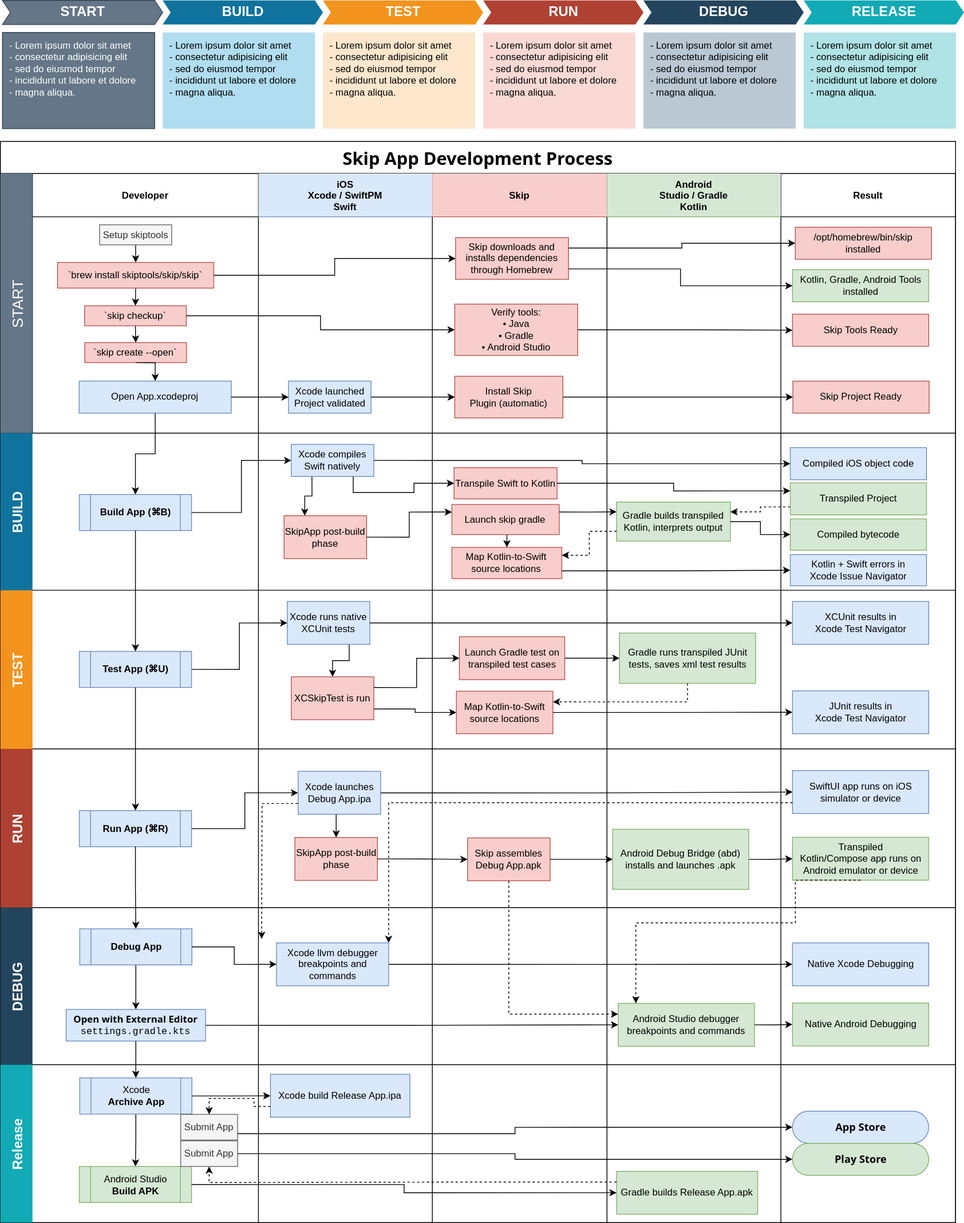
The draw.io diagram skip_dev_process.drawio.svg in skiptools/assets.skip.tools, before a commit. Source tidied: cells renumbered, new cells last; positions are measured from the earlier drawing's top-left corner, leaving out a move shared by most shapes.
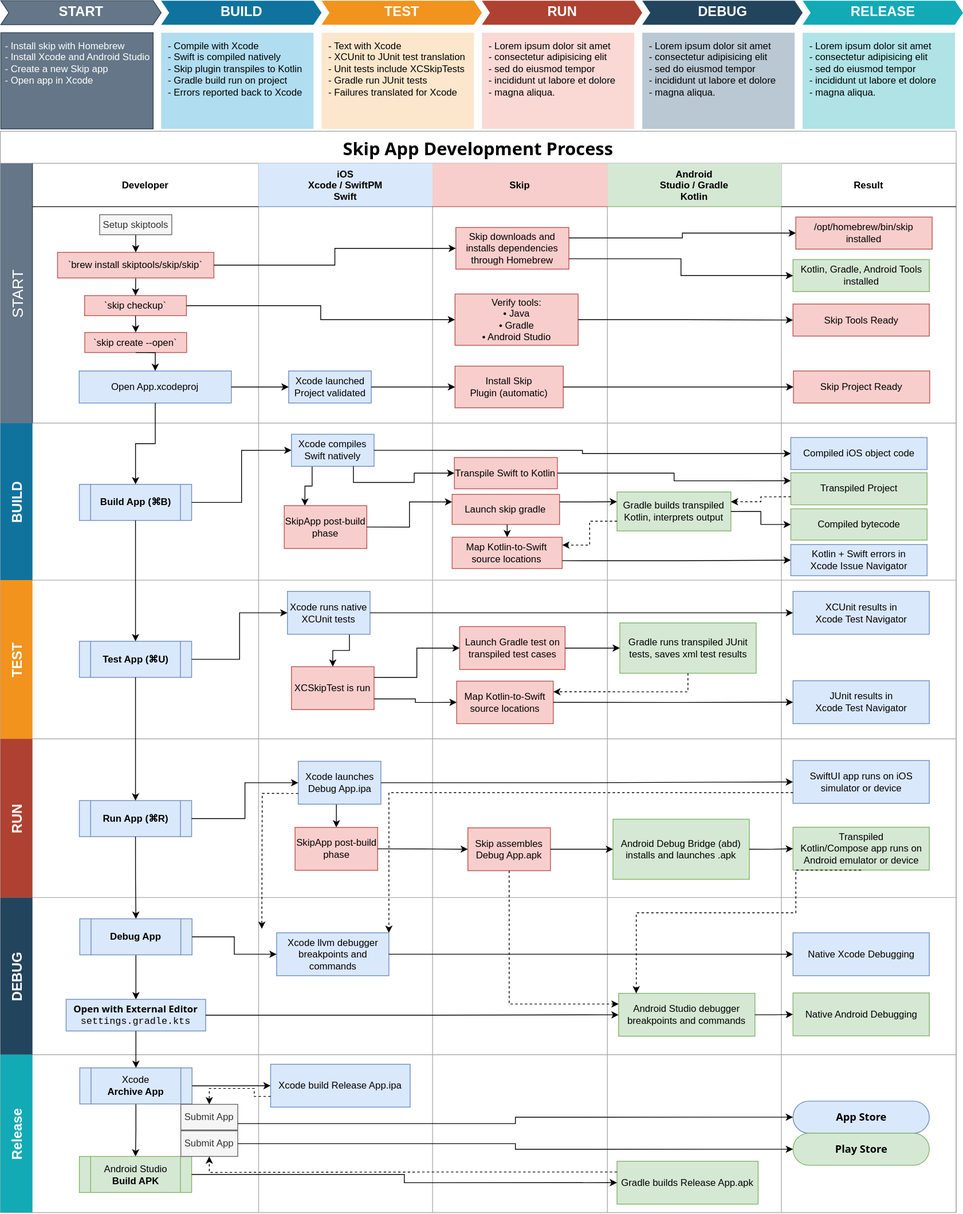
The same diagram one commit later.

What changed in the source:
```diff
@@ -2,8 +2,8 @@
   <root>
     <mxCell id="0" />
     <mxCell id="1" parent="0" />
-    <mxCell id="2" value="Skip App Development Process" style="shape=table;startSize=40;fontStyle=1;swimlaneFillColor=none;fillColor=none;fontFamily=system-ui,Helvetica,san-serif;fontSize=22;" parent="1" vertex="1">
-      <mxGeometry y="176" width="1192" height="1349" as="geometry" />
+    <mxCell id="2" value="Skip App Development Process" style="shape=table;startSize=40;fontStyle=1;swimlaneFillColor=none;fillColor=none;fontFamily=system-ui,Helvetica,san-serif;fontSize=22;strokeColor=#ADADAD;" parent="1" vertex="1">
+      <mxGeometry x="2" y="163" width="1192" height="1349" as="geometry" />
     </mxCell>
     <mxCell id="3" value="START" style="shape=tableRow;horizontal=0;swimlaneHead=0;swimlaneBody=0;top=0;left=0;bottom=0;right=0;fillColor=#647687;startSize=40;fontStyle=0;fontSize=19;fontFamily=Helvetica;fontColor=#ffffff;strokeColor=#314354;" parent="2" vertex="1">
       <mxGeometry y="40" width="1192" height="324" as="geometry" />
@@ -498,10 +498,10 @@
     <mxCell id="164" value="RELEASE" style="shape=step;perimeter=stepPerimeter;whiteSpace=wrap;html=1;fixedSize=1;size=10;fillColor=#12AAB5;strokeColor=none;fontSize=17;fontColor=#FFFFFF;fontStyle=1;align=center;rounded=0;" parent="1" vertex="1">
       <mxGeometry x="1002.5" width="200" height="30" as="geometry" />
     </mxCell>
-    <mxCell id="165" value="&amp;nbsp;- Lorem ipsum dolor sit amet&lt;br&gt;&amp;nbsp;- consectetur adipisicing elit&lt;br&gt;&amp;nbsp;- sed do eiusmod tempor&lt;br&gt;&amp;nbsp;- incididunt ut labore et dolore&lt;br&gt;&amp;nbsp;- magna aliqua." style="shape=rect;fillColor=#B1DDF0;strokeColor=none;fontSize=12;html=1;whiteSpace=wrap;align=left;verticalAlign=top;spacing=5;rounded=0;" parent="1" vertex="1">
+    <mxCell id="165" value="&amp;nbsp;- Compile with Xcode&lt;br&gt;&amp;nbsp;- Swift is compiled natively&lt;br&gt;&amp;nbsp;- Skip plugin transpiles to Kotlin&lt;br&gt;&amp;nbsp;- Gradle build run on project&lt;br&gt;&amp;nbsp;- Errors reported back to Xcode" style="shape=rect;fillColor=#B1DDF0;strokeColor=none;fontSize=12;html=1;whiteSpace=wrap;align=left;verticalAlign=top;spacing=5;rounded=0;" parent="1" vertex="1">
       <mxGeometry x="202.5" y="40" width="190" height="120" as="geometry" />
     </mxCell>
-    <mxCell id="166" value="&amp;nbsp;- Lorem ipsum dolor sit amet&lt;br&gt;&amp;nbsp;- consectetur adipisicing elit&lt;br&gt;&amp;nbsp;- sed do eiusmod tempor&lt;br&gt;&amp;nbsp;- incididunt ut labore et dolore&lt;br&gt;&amp;nbsp;- magna aliqua." style="shape=rect;fillColor=#FCE7CD;strokeColor=none;fontSize=12;html=1;whiteSpace=wrap;align=left;verticalAlign=top;spacing=5;rounded=0;" parent="1" vertex="1">
+    <mxCell id="166" value="&amp;nbsp;- Text with Xcode&lt;br&gt;&amp;nbsp;-&amp;nbsp;XCUnit to JUnit test translation&lt;br&gt;&amp;nbsp;- Unit tests include XCSkipTests&lt;br&gt;&amp;nbsp;- Gradle run JUnit tests&lt;br&gt;&amp;nbsp;- Failures translated for Xcode" style="shape=rect;fillColor=#FCE7CD;strokeColor=none;fontSize=12;html=1;whiteSpace=wrap;align=left;verticalAlign=top;spacing=5;rounded=0;" parent="1" vertex="1">
       <mxGeometry x="402.5" y="40" width="190" height="120" as="geometry" />
     </mxCell>
     <mxCell id="167" value="&amp;nbsp;- Lorem ipsum dolor sit amet&lt;br&gt;&amp;nbsp;- consectetur adipisicing elit&lt;br&gt;&amp;nbsp;- sed do eiusmod tempor&lt;br&gt;&amp;nbsp;- incididunt ut labore et dolore&lt;br&gt;&amp;nbsp;- magna aliqua." style="shape=rect;fillColor=#FAD9D5;strokeColor=none;fontSize=12;html=1;whiteSpace=wrap;align=left;verticalAlign=top;spacing=5;rounded=0;" parent="1" vertex="1">
@@ -516,7 +516,7 @@
     <mxCell id="170" value="START" style="shape=step;perimeter=stepPerimeter;whiteSpace=wrap;html=1;fixedSize=1;size=10;fillColor=#647687;strokeColor=#314354;fontSize=17;fontStyle=1;align=center;rounded=0;fontColor=#ffffff;" parent="1" vertex="1">
       <mxGeometry x="2.5" width="200" height="30" as="geometry" />
     </mxCell>
-    <mxCell id="171" value="&amp;nbsp;- Lorem ipsum dolor sit amet&lt;br&gt;&amp;nbsp;- consectetur adipisicing elit&lt;br&gt;&amp;nbsp;- sed do eiusmod tempor&lt;br&gt;&amp;nbsp;- incididunt ut labore et dolore&lt;br&gt;&amp;nbsp;- magna aliqua." style="shape=rect;fillColor=#647687;strokeColor=#314354;fontSize=12;html=1;whiteSpace=wrap;align=left;verticalAlign=top;spacing=5;rounded=0;fontColor=#ffffff;" parent="1" vertex="1">
+    <mxCell id="171" value="- Install skip with Homebrew&lt;br&gt;- Install Xcode and Android Studio&lt;br&gt;- Create a new Skip app&lt;br&gt;- Open app in Xcode" style="shape=rect;fillColor=#647687;strokeColor=#314354;fontSize=12;html=1;whiteSpace=wrap;align=left;verticalAlign=top;spacing=5;rounded=0;fontColor=#ffffff;" parent="1" vertex="1">
       <mxGeometry x="2.5" y="40" width="190" height="120" as="geometry" />
     </mxCell>
   </root>
```
